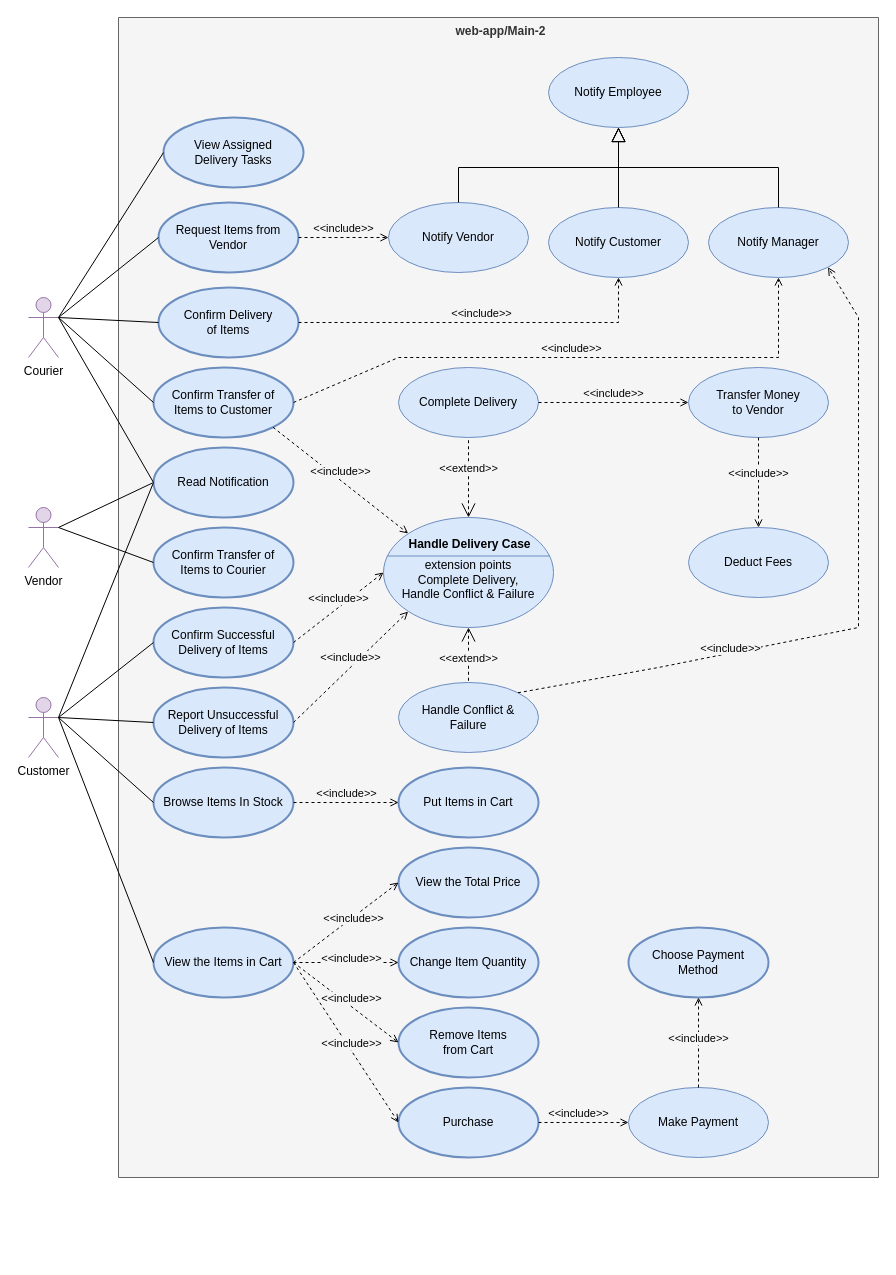
Above: page "main-use-case-diagram-2" (3 of 3) of software requirement/design/all-diagrams.drawio in nati-esh-zed/online_shopping_webapp (draw.io), before the change. Source tidied: cells renumbered, new cells numbered last; positions are measured from the earlier drawing's top-left corner, leaving out a move shared by most shapes. Both pictures are drawn from the tidied source at 100%, with x=0, y=0 at pixel (28, 17).
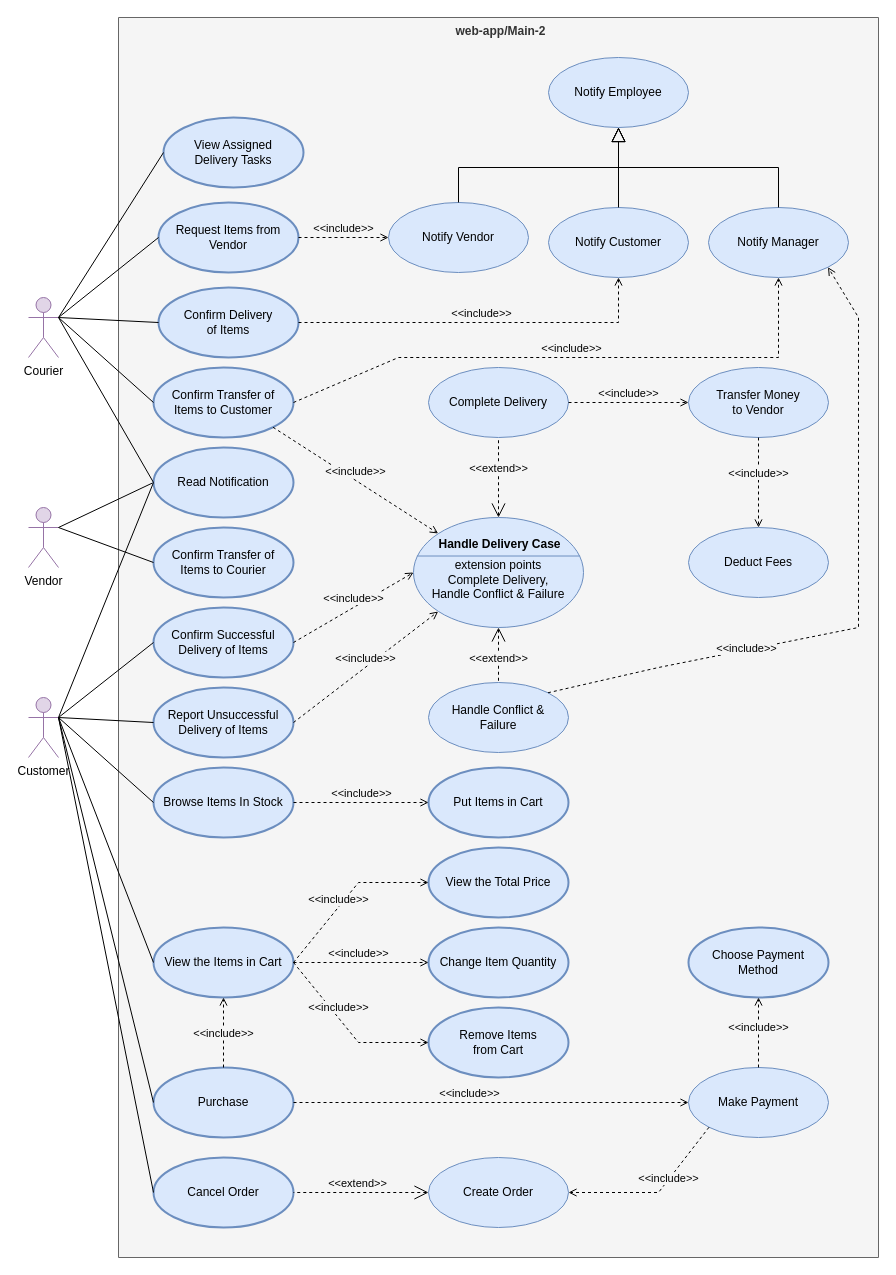
After the change.

Commit message:
update all-diagrams.draw.io ~ improve main use case part 2

The change refers to these unchanged cells:
```xml
<mxCell id="10" value="Customer" style="shape=umlActor;html=1;verticalLabelPosition=bottom;verticalAlign=top;align=center;fillColor=#e1d5e7;strokeColor=#9673a6;" parent="1" vertex="1">
  <mxGeometry y="680" width="30" height="60" as="geometry" />
</mxCell>
<mxCell id="33" value="View the Items in Cart" style="ellipse;whiteSpace=wrap;html=1;fillColor=#dae8fc;strokeColor=#6c8ebf;strokeWidth=2;" parent="1" vertex="1">
  <mxGeometry x="125" y="910" width="140" height="70" as="geometry" />
</mxCell>
<mxCell id="49" value="Notify Manager" style="ellipse;whiteSpace=wrap;html=1;fillColor=#dae8fc;strokeColor=#6c8ebf;" parent="1" vertex="1">
  <mxGeometry x="680" y="190" width="140" height="70" as="geometry" />
</mxCell>
```

The edit, as a diff of the source:
```diff
@@
     <mxCell id="2" value="web-app/Main-2" style="shape=note;html=1;verticalAlign=top;fontStyle=1;whiteSpace=wrap;align=center;fillColor=#F5F5F5;fontColor=#333333;strokeColor=#666666;size=0;spacingLeft=5;labelBackgroundColor=#f5f5f5;" parent="1" vertex="1">
-      <mxGeometry x="90" width="760" height="1160" as="geometry" />
+      <mxGeometry x="90" width="760" height="1240" as="geometry" />
     </mxCell>
@@
     <mxCell id="30" value="Put Items in&amp;nbsp;Cart" style="ellipse;whiteSpace=wrap;html=1;fillColor=#dae8fc;strokeColor=#6c8ebf;strokeWidth=2;" parent="1" vertex="1">
-      <mxGeometry x="370" y="750" width="140" height="70" as="geometry" />
+      <mxGeometry x="400" y="750" width="140" height="70" as="geometry" />
     </mxCell>
@@
     <mxCell id="35" value="Change Item Quantity" style="ellipse;whiteSpace=wrap;html=1;fillColor=#dae8fc;strokeColor=#6c8ebf;strokeWidth=2;" parent="1" vertex="1">
-      <mxGeometry x="370" y="910" width="140" height="70" as="geometry" />
+      <mxGeometry x="400" y="910" width="140" height="70" as="geometry" />
     </mxCell>
     <mxCell id="36" value="&amp;lt;&amp;lt;include&amp;gt;&amp;gt;" style="edgeStyle=none;html=1;endArrow=open;verticalAlign=bottom;dashed=1;labelBackgroundColor=#F5F5F5;rounded=0;exitX=1;exitY=0.5;exitDx=0;exitDy=0;entryX=0;entryY=0.5;entryDx=0;entryDy=0;" parent="1" edge="1" source="33" target="35">
-      <mxGeometry x="0.11" y="-5" relative="1" as="geometry" />
+      <mxGeometry x="-0.04" relative="1" as="geometry" />
     </mxCell>
     <mxCell id="37" value="Remove Items&lt;br style=&quot;border-color: var(--border-color);&quot;&gt;from Cart" style="ellipse;whiteSpace=wrap;html=1;fillColor=#dae8fc;strokeColor=#6c8ebf;strokeWidth=2;" parent="1" vertex="1">
-      <mxGeometry x="370" y="990" width="140" height="70" as="geometry" />
+      <mxGeometry x="400" y="990" width="140" height="70" as="geometry" />
     </mxCell>
     <mxCell id="38" value="&amp;lt;&amp;lt;include&amp;gt;&amp;gt;" style="edgeStyle=none;html=1;endArrow=open;verticalAlign=bottom;dashed=1;labelBackgroundColor=#F5F5F5;rounded=0;exitX=1;exitY=0.5;exitDx=0;exitDy=0;entryX=0;entryY=0.5;entryDx=0;entryDy=0;" parent="1" edge="1" source="33" target="37">
-      <mxGeometry x="0.11" relative="1" as="geometry">
-        <mxPoint y="1" as="offset" />
+      <mxGeometry x="-0.18" relative="1" as="geometry">
+        <Array as="points">
+          <mxPoint x="330" y="1025" />
+        </Array>
+        <mxPoint y="-1" as="offset" />
       </mxGeometry>
     </mxCell>
     <mxCell id="39" value="View the Total Price" style="ellipse;whiteSpace=wrap;html=1;fillColor=#dae8fc;strokeColor=#6c8ebf;strokeWidth=2;" parent="1" vertex="1">
-      <mxGeometry x="370" y="830" width="140" height="70" as="geometry" />
+      <mxGeometry x="400" y="830" width="140" height="70" as="geometry" />
     </mxCell>
     <mxCell id="40" value="&amp;lt;&amp;lt;include&amp;gt;&amp;gt;" style="edgeStyle=none;html=1;endArrow=open;verticalAlign=bottom;dashed=1;labelBackgroundColor=#F5F5F5;rounded=0;exitX=1;exitY=0.5;exitDx=0;exitDy=0;entryX=0;entryY=0.5;entryDx=0;entryDy=0;" parent="1" edge="1" source="33" target="39">
-      <mxGeometry x="0.05" y="-8" relative="1" as="geometry" />
+      <mxGeometry x="-0.18" relative="1" as="geometry">
+        <Array as="points">
+          <mxPoint x="330" y="865" />
+        </Array>
+        <mxPoint y="1" as="offset" />
+      </mxGeometry>
     </mxCell>
     <mxCell id="41" value="Purchase" style="ellipse;whiteSpace=wrap;html=1;fillColor=#dae8fc;strokeColor=#6c8ebf;strokeWidth=2;" parent="1" vertex="1">
-      <mxGeometry x="370" y="1070" width="140" height="70" as="geometry" />
+      <mxGeometry x="125" y="1050" width="140" height="70" as="geometry" />
     </mxCell>
-    <mxCell id="42" value="&amp;lt;&amp;lt;include&amp;gt;&amp;gt;" style="edgeStyle=none;html=1;endArrow=open;verticalAlign=bottom;dashed=1;labelBackgroundColor=#F5F5F5;rounded=0;exitX=1;exitY=0.5;exitDx=0;exitDy=0;entryX=0;entryY=0.5;entryDx=0;entryDy=0;" parent="1" edge="1" source="33" target="41">
-      <mxGeometry x="0.11" relative="1" as="geometry">
+    <mxCell id="42" value="&amp;lt;&amp;lt;include&amp;gt;&amp;gt;" style="edgeStyle=none;html=1;endArrow=open;verticalAlign=bottom;dashed=1;labelBackgroundColor=#F5F5F5;rounded=0;exitX=0.5;exitY=0;exitDx=0;exitDy=0;entryX=0.5;entryY=1;entryDx=0;entryDy=0;" parent="1" edge="1" source="41" target="33">
+      <mxGeometry x="-0.25" relative="1" as="geometry">
         <mxPoint y="1" as="offset" />
       </mxGeometry>
     </mxCell>
     <mxCell id="43" value="Make Payment" style="ellipse;whiteSpace=wrap;html=1;fillColor=#dae8fc;strokeColor=#6c8ebf;" parent="1" vertex="1">
-      <mxGeometry x="600" y="1070" width="140" height="70" as="geometry" />
+      <mxGeometry x="660" y="1050" width="140" height="70" as="geometry" />
     </mxCell>
@@
     <mxCell id="45" value="Choose Payment &lt;br&gt;Method" style="ellipse;whiteSpace=wrap;html=1;fillColor=#dae8fc;strokeColor=#6c8ebf;strokeWidth=2;" parent="1" vertex="1">
-      <mxGeometry x="600" y="910" width="140" height="70" as="geometry" />
+      <mxGeometry x="660" y="910" width="140" height="70" as="geometry" />
     </mxCell>
     <mxCell id="46" value="&amp;lt;&amp;lt;include&amp;gt;&amp;gt;" style="edgeStyle=none;html=1;endArrow=open;verticalAlign=bottom;dashed=1;labelBackgroundColor=#F5F5F5;rounded=0;exitX=0.5;exitY=0;exitDx=0;exitDy=0;entryX=0.5;entryY=1;entryDx=0;entryDy=0;" parent="1" edge="1" source="43" target="45">
-      <mxGeometry x="-0.11" relative="1" as="geometry" />
+      <mxGeometry x="-0.14" relative="1" as="geometry">
+        <mxPoint y="-1" as="offset" />
+      </mxGeometry>
     </mxCell>
@@
     <mxCell id="56" value="&lt;br&gt;extension points&lt;br&gt;Complete Delivery,&lt;br&gt;Handle Conflict &amp;amp; Failure" style="html=1;shape=mxgraph.sysml.useCaseExtPt;whiteSpace=wrap;align=center;fillColor=#dae8fc;strokeColor=#6c8ebf;" parent="1" vertex="1">
-      <mxGeometry x="355" y="500" width="170" height="110" as="geometry" />
+      <mxGeometry x="385" y="500" width="170" height="110" as="geometry" />
     </mxCell>
@@
     <mxCell id="62" value="Complete Delivery" style="ellipse;whiteSpace=wrap;html=1;fillColor=#dae8fc;strokeColor=#6c8ebf;strokeWidth=1;" parent="1" vertex="1">
-      <mxGeometry x="370" y="350" width="140" height="70" as="geometry" />
+      <mxGeometry x="400" y="350" width="140" height="70" as="geometry" />
     </mxCell>
@@
     <mxCell id="64" value="Handle Conflict &amp;amp;&lt;br&gt;Failure" style="ellipse;whiteSpace=wrap;html=1;fillColor=#dae8fc;strokeColor=#6c8ebf;strokeWidth=1;" parent="1" vertex="1">
-      <mxGeometry x="370" y="665" width="140" height="70" as="geometry" />
+      <mxGeometry x="400" y="665" width="140" height="70" as="geometry" />
     </mxCell>
     <mxCell id="65" value="&amp;lt;&amp;lt;include&amp;gt;&amp;gt;" style="edgeStyle=none;html=1;endArrow=open;verticalAlign=bottom;dashed=1;labelBackgroundColor=#F5F5F5;rounded=0;exitX=1;exitY=0;exitDx=0;exitDy=0;entryX=1;entryY=1;entryDx=0;entryDy=0;" parent="1" edge="1" source="64" target="49">
-      <mxGeometry x="-0.4" y="-4" relative="1" as="geometry">
+      <mxGeometry x="-0.41" y="-8" relative="1" as="geometry">
         <Array as="points">
           <mxPoint x="630" y="650" />
           <mxPoint x="830" y="610" />
           <mxPoint x="830" y="300" />
         </Array>
       </mxGeometry>
     </mxCell>
+    <mxCell id="66" value="Create Order" style="ellipse;whiteSpace=wrap;html=1;fillColor=#dae8fc;strokeColor=#6c8ebf;strokeWidth=1;" parent="1" vertex="1">
+      <mxGeometry x="400" y="1140" width="140" height="70" as="geometry" />
+    </mxCell>
+    <mxCell id="67" value="Cancel Order" style="ellipse;whiteSpace=wrap;html=1;fillColor=#dae8fc;strokeColor=#6c8ebf;strokeWidth=2;" parent="1" vertex="1">
+      <mxGeometry x="125" y="1140" width="140" height="70" as="geometry" />
+    </mxCell>
+    <mxCell id="68" value="&amp;lt;&amp;lt;include&amp;gt;&amp;gt;" style="edgeStyle=none;html=1;endArrow=open;verticalAlign=bottom;dashed=1;labelBackgroundColor=#F5F5F5;rounded=0;exitX=0;exitY=1;exitDx=0;exitDy=0;entryX=1;entryY=0.5;entryDx=0;entryDy=0;" parent="1" edge="1" source="43" target="66">
+      <mxGeometry x="-0.16" y="5" relative="1" as="geometry">
+        <Array as="points">
+          <mxPoint x="630" y="1175" />
+        </Array>
+      </mxGeometry>
+    </mxCell>
+    <mxCell id="69" value="&amp;lt;&amp;lt;extend&amp;gt;&amp;gt;" style="edgeStyle=none;html=1;startArrow=open;endArrow=none;startSize=12;verticalAlign=bottom;dashed=1;labelBackgroundColor=#F5F5F5;rounded=0;entryX=1;entryY=0.5;entryDx=0;entryDy=0;exitX=0;exitY=0.5;exitDx=0;exitDy=0;" parent="1" edge="1" source="66" target="67">
+      <mxGeometry x="0.04" relative="1" as="geometry">
+        <mxPoint x="-1" as="offset" />
+      </mxGeometry>
+    </mxCell>
+    <mxCell id="70" style="edgeStyle=none;html=1;endArrow=none;verticalAlign=bottom;rounded=0;exitX=1;exitY=0.3333333333333333;exitDx=0;exitDy=0;entryX=0;entryY=0.5;entryDx=0;entryDy=0;exitPerimeter=0;" parent="1" edge="1" source="10" target="67">
+      <mxGeometry relative="1" as="geometry" />
+    </mxCell>
+    <mxCell id="71" style="edgeStyle=none;html=1;endArrow=none;verticalAlign=bottom;rounded=0;exitX=1;exitY=0.3333333333333333;exitDx=0;exitDy=0;entryX=0;entryY=0.5;entryDx=0;entryDy=0;exitPerimeter=0;" parent="1" edge="1" source="10" target="41">
+      <mxGeometry relative="1" as="geometry" />
+    </mxCell>
```
